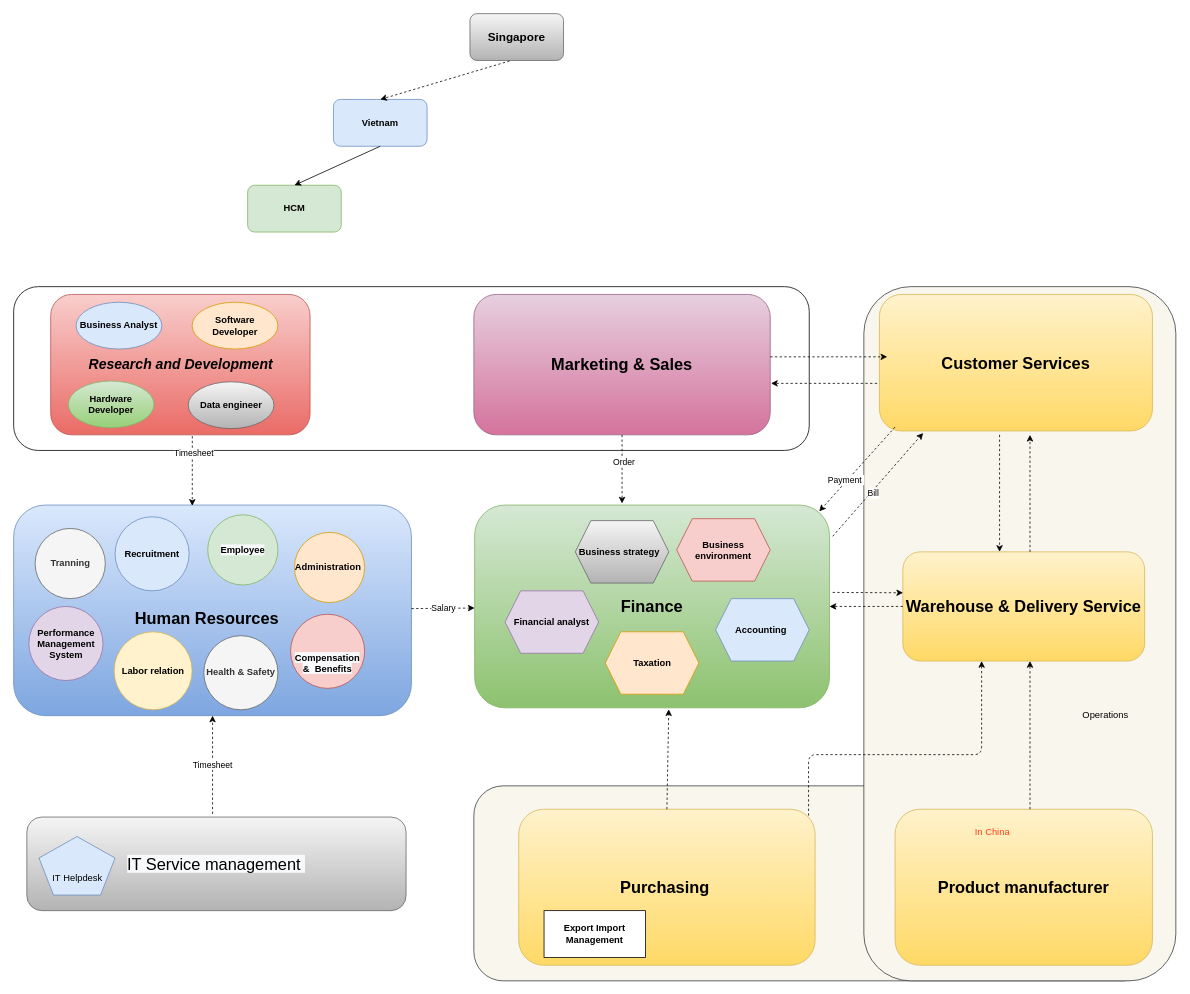
Before: page "Org_Chart" (1 of 11) of 04_docs/Department_Organizational_chart.drawio in letrthong/business, a draw.io diagram. Source tidied: cells renumbered, new cells numbered last; positions are measured from the earlier drawing's top-left corner, leaving out a move shared by most shapes. Both pictures are drawn from the tidied source at 78%, with x=0, y=0 at pixel (13, 13).
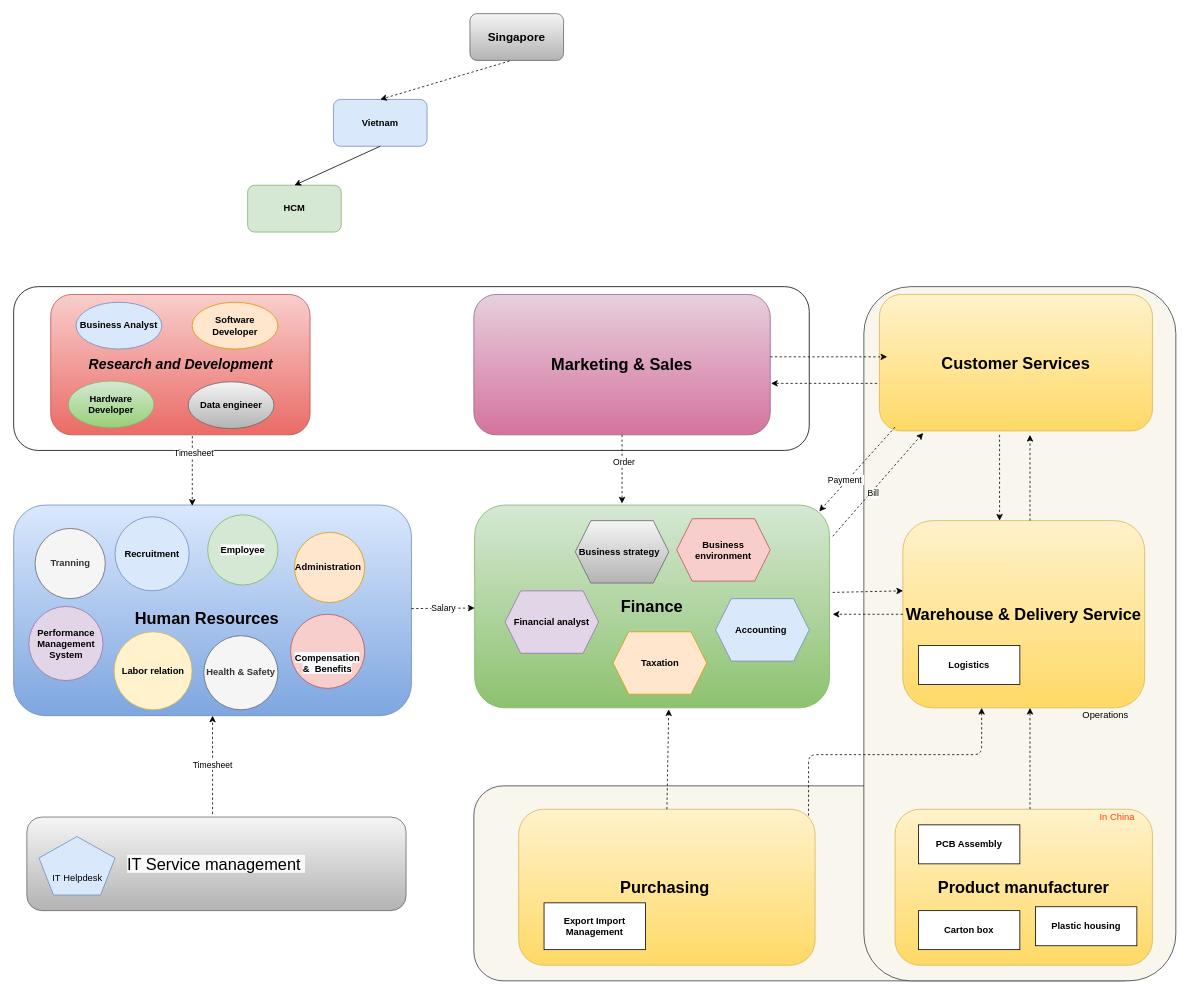
Above is the later version.

Unchanged cells that the change refers to:
```xml
<mxCell id="6" value="&lt;span&gt;&lt;font style=&quot;font-size: 21px&quot;&gt;&lt;b&gt;Purchasing&amp;nbsp;&lt;/b&gt;&lt;/font&gt;&lt;/span&gt;" style="rounded=1;whiteSpace=wrap;html=1;gradientColor=#ffd966;fillColor=#fff2cc;strokeColor=#d6b656;arcSize=16;" parent="1" vertex="1">
  <mxGeometry x="647.5" y="1020" width="380" height="200" as="geometry" />
</mxCell>
<mxCell id="12" value="&lt;span&gt;&lt;font style=&quot;font-size: 21px&quot;&gt;&lt;b&gt;Finance&lt;/b&gt;&lt;/font&gt;&lt;/span&gt;" style="rounded=1;whiteSpace=wrap;html=1;fillColor=#d5e8d4;strokeColor=#82b366;gradientColor=#8DC26F;" parent="1" vertex="1">
  <mxGeometry x="591" y="630" width="455" height="260" as="geometry" />
</mxCell>
```

Change to the diagram source:
```diff
@@
     <mxCell id="7" value="&lt;span&gt;&lt;b&gt;&lt;font style=&quot;font-size: 21px&quot;&gt;Warehouse &amp;amp; Delivery Service&lt;/font&gt;&lt;/b&gt;&lt;/span&gt;" style="rounded=1;whiteSpace=wrap;html=1;gradientColor=#ffd966;fillColor=#fff2cc;strokeColor=#d6b656;arcSize=16;" parent="1" vertex="1">
-      <mxGeometry x="1140" y="690" width="310" height="140" as="geometry" />
+      <mxGeometry x="1140" y="650" width="310" height="240" as="geometry" />
     </mxCell>
@@
     <mxCell id="26" style="endArrow=classic;html=1;dashed=1;" parent="1" edge="1">
       <mxGeometry relative="1" as="geometry">
         <mxPoint x="1303" y="1020" as="sourcePoint" />
-        <mxPoint x="1303" y="830" as="targetPoint" />
+        <mxPoint x="1303" y="890" as="targetPoint" />
       </mxGeometry>
     </mxCell>
     <mxCell id="27" style="endArrow=classic;html=1;dashed=1;" parent="1" edge="1">
       <mxGeometry relative="1" as="geometry">
-        <mxPoint x="1303" y="690" as="sourcePoint" />
+        <mxPoint x="1303" y="650" as="sourcePoint" />
         <mxPoint x="1303" y="540" as="targetPoint" />
       </mxGeometry>
     </mxCell>
@@
     <mxCell id="33" style="endArrow=classic;html=1;dashed=1;exitX=0.978;exitY=0.041;exitDx=0;exitDy=0;exitPerimeter=0;edgeStyle=orthogonalEdgeStyle;" parent="1" edge="1" source="6">
       <mxGeometry relative="1" as="geometry">
-        <mxPoint x="1241" y="830" as="targetPoint" />
+        <mxPoint x="1241" y="890" as="targetPoint" />
         <Array as="points">
           <mxPoint x="1019" y="950" />
           <mxPoint x="1241" y="950" />
         </Array>
       </mxGeometry>
     </mxCell>
@@
     <mxCell id="37" style="endArrow=classic;html=1;dashed=1;" parent="1" edge="1">
       <mxGeometry relative="1" as="geometry">
         <mxPoint x="1264" y="540" as="sourcePoint" />
-        <mxPoint x="1264" y="690" as="targetPoint" />
+        <mxPoint x="1264" y="650" as="targetPoint" />
       </mxGeometry>
     </mxCell>
@@
-    <mxCell id="39" style="endArrow=classic;html=1;dashed=1;entryX=1;entryY=0.5;entryDx=0;entryDy=0;exitX=0;exitY=0.5;exitDx=0;exitDy=0;" parent="1" edge="1" source="7" target="12">
-      <mxGeometry relative="1" as="geometry" />
+    <mxCell id="39" style="endArrow=classic;html=1;dashed=1;exitX=0;exitY=0.5;exitDx=0;exitDy=0;" parent="1" edge="1" source="7">
+      <mxGeometry relative="1" as="geometry">
+        <mxPoint x="1050" y="770" as="targetPoint" />
+      </mxGeometry>
     </mxCell>
@@
     <mxCell id="46" value="&lt;font color=&quot;#ff4019&quot;&gt;In China&lt;/font&gt;" style="text;html=1;strokeColor=none;fillColor=none;align=center;verticalAlign=middle;whiteSpace=wrap;rounded=0;" parent="1" vertex="1">
-      <mxGeometry x="1210" y="1040" width="90" height="20" as="geometry" />
+      <mxGeometry x="1370" y="1020" width="90" height="20" as="geometry" />
     </mxCell>
@@
     <mxCell id="50" value="&lt;span&gt;&lt;b&gt;Taxation&lt;/b&gt;&lt;/span&gt;" style="shape=hexagon;perimeter=hexagonPerimeter2;whiteSpace=wrap;html=1;fixedSize=1;fillColor=#ffe6cc;strokeColor=#d79b00;" parent="1" vertex="1">
-      <mxGeometry x="758.5" y="792.5" width="120" height="80" as="geometry" />
+      <mxGeometry x="768.5" y="792.5" width="120" height="80" as="geometry" />
     </mxCell>
@@
     <mxCell id="59" value="&lt;b&gt;&lt;font style=&quot;font-size: 12px&quot;&gt;Export Import Management&lt;/font&gt;&lt;/b&gt;" style="rounded=0;whiteSpace=wrap;html=1;" parent="1" vertex="1">
-      <mxGeometry x="680" y="1150" width="130" height="60" as="geometry" />
+      <mxGeometry x="680" y="1140" width="130" height="60" as="geometry" />
     </mxCell>
+    <mxCell id="60" value="&lt;b&gt;Logistics&lt;/b&gt;" style="rounded=0;whiteSpace=wrap;html=1;" parent="1" vertex="1">
+      <mxGeometry x="1160" y="810" width="130" height="50" as="geometry" />
+    </mxCell>
+    <mxCell id="61" value="&lt;b&gt;PCB Assembly&lt;/b&gt;" style="rounded=0;whiteSpace=wrap;html=1;" parent="1" vertex="1">
+      <mxGeometry x="1160" y="1040" width="130" height="50" as="geometry" />
+    </mxCell>
+    <mxCell id="62" value="&lt;b&gt;Plastic housing&lt;/b&gt;" style="rounded=0;whiteSpace=wrap;html=1;" parent="1" vertex="1">
+      <mxGeometry x="1310" y="1145" width="130" height="50" as="geometry" />
+    </mxCell>
+    <mxCell id="63" value="&lt;b&gt;Carton box&lt;/b&gt;" style="rounded=0;whiteSpace=wrap;html=1;" parent="1" vertex="1">
+      <mxGeometry x="1160" y="1150" width="130" height="50" as="geometry" />
+    </mxCell>
```
